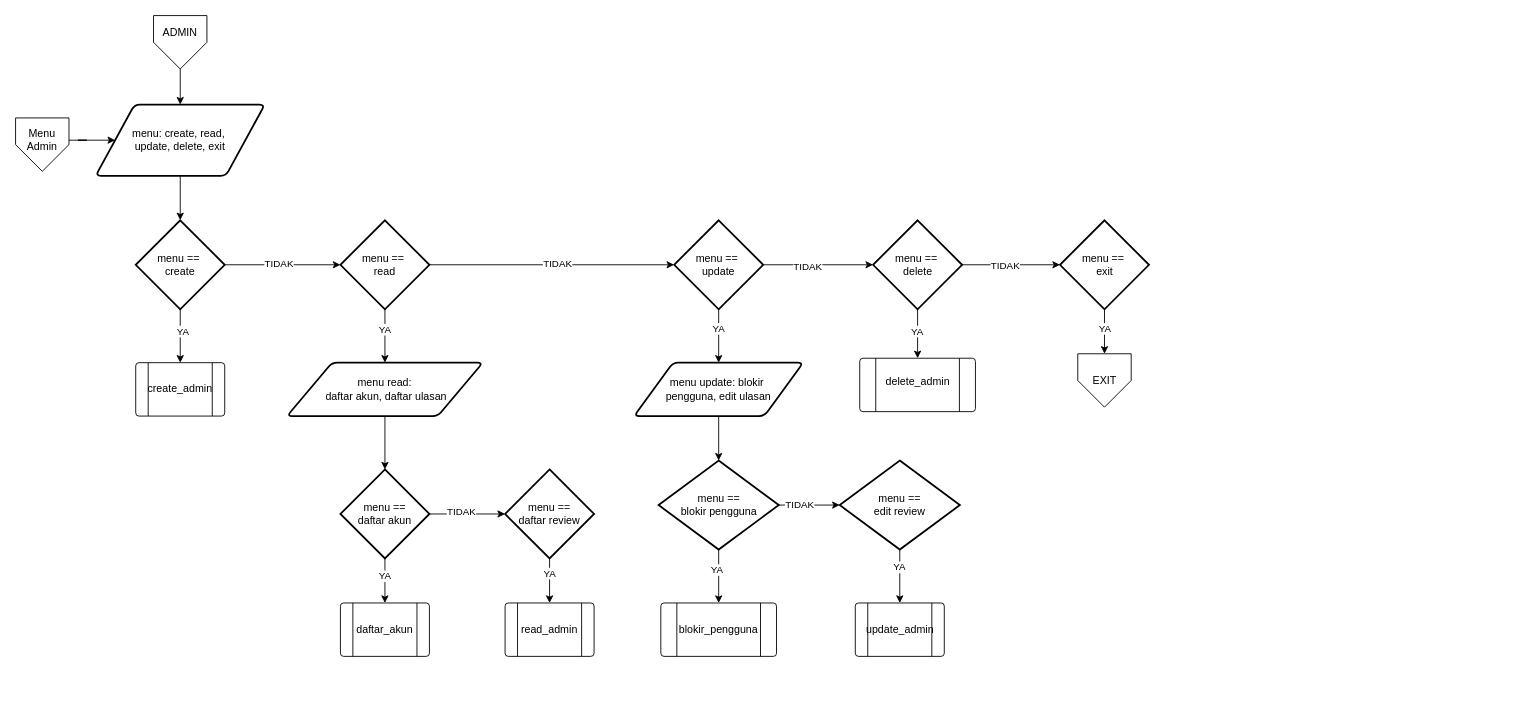
Before: page "Menu Admin" (4 of 8) of MovieReviewSystem.drawio in Niyah30/Movie-Review-System, a draw.io diagram. Source tidied: cells renumbered, new cells numbered last; positions are measured from the earlier drawing's top-left corner, leaving out a move shared by most shapes. Both pictures are drawn from the tidied source at 89%, with x=0, y=0 at pixel (15, 15).
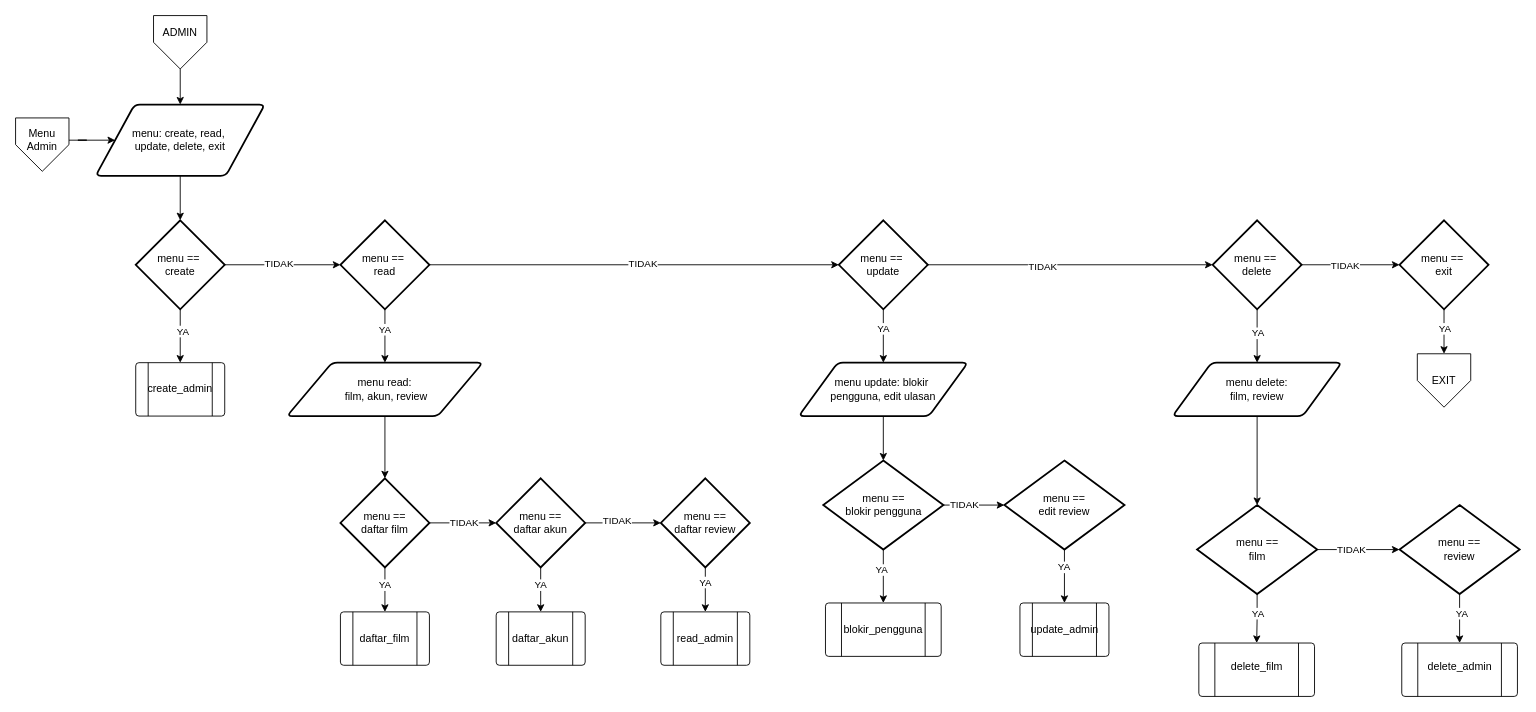
The same diagram, later.

What changed in the source:
```diff
@@
-    <mxCell id="17" style="edgeStyle=orthogonalEdgeStyle;rounded=0;jettySize=auto;html=1;defaultLabelBackgroundColor=page;" parent="1" edge="1" source="18" target="23">
-      <mxGeometry relative="1" as="geometry" />
-    </mxCell>
+    <mxCell id="67" style="edgeStyle=orthogonalEdgeStyle;rounded=0;jettySize=auto;html=1;defaultLabelBackgroundColor=page;labelPadding=0 4;" parent="1" edge="1" source="18" target="71">
+      <mxGeometry relative="1" as="geometry" />
+    </mxCell>
-    <mxCell id="18" value="menu read:&lt;div&gt;&amp;nbsp;daftar akun,&amp;nbsp;&lt;span style=&quot;background-color: transparent; color: light-dark(#000000, var(--ge-light-color, #ffffff));&quot;&gt;daftar ulasan&lt;/span&gt;&lt;/div&gt;" style="shape=parallelogram;html=1;strokeWidth=2;perimeter=parallelogramPerimeter;whiteSpace=wrap;rounded=1;arcSize=12;size=0.23;" parent="1" vertex="1">
+    <mxCell id="18" value="menu read:&lt;div&gt;&amp;nbsp;film, akun, review&lt;/div&gt;" style="shape=parallelogram;html=1;strokeWidth=2;perimeter=parallelogramPerimeter;whiteSpace=wrap;rounded=1;arcSize=12;size=0.23;" parent="1" vertex="1">
       <mxGeometry x="305" y="390" width="220" height="60" as="geometry" />
     </mxCell>
@@
     <mxCell id="23" value="menu ==&lt;div&gt;daftar akun&lt;/div&gt;" style="strokeWidth=2;html=1;shape=mxgraph.flowchart.decision;whiteSpace=wrap;" parent="1" vertex="1">
-      <mxGeometry x="365" y="510" width="100" height="100" as="geometry" />
+      <mxGeometry x="540" y="520" width="100" height="100" as="geometry" />
     </mxCell>
@@
     <mxCell id="26" value="menu ==&lt;div&gt;daftar review&lt;/div&gt;" style="strokeWidth=2;html=1;shape=mxgraph.flowchart.decision;whiteSpace=wrap;" parent="1" vertex="1">
-      <mxGeometry x="550" y="510" width="100" height="100" as="geometry" />
+      <mxGeometry x="725" y="520" width="100" height="100" as="geometry" />
     </mxCell>
@@
     <mxCell id="31" value="menu ==&amp;nbsp;&lt;div&gt;update&lt;/div&gt;" style="strokeWidth=2;html=1;shape=mxgraph.flowchart.decision;whiteSpace=wrap;" parent="1" vertex="1">
-      <mxGeometry x="740" y="230" width="100" height="100" as="geometry" />
+      <mxGeometry x="925" y="230" width="100" height="100" as="geometry" />
     </mxCell>
@@
     <mxCell id="33" value="menu update: blokir&amp;nbsp;&lt;div&gt;pengguna,&amp;nbsp;&lt;span style=&quot;background-color: transparent; color: light-dark(#000000, var(--ge-light-color, #ffffff));&quot;&gt;edit ulasan&lt;/span&gt;&lt;/div&gt;" style="shape=parallelogram;html=1;strokeWidth=2;perimeter=parallelogramPerimeter;whiteSpace=wrap;rounded=1;arcSize=12;size=0.23;" parent="1" vertex="1">
-      <mxGeometry x="695" y="390" width="190" height="60" as="geometry" />
+      <mxGeometry x="880" y="390" width="190" height="60" as="geometry" />
     </mxCell>
@@
     <mxCell id="38" value="menu ==&lt;div&gt;blokir pengguna&lt;/div&gt;" style="strokeWidth=2;html=1;shape=mxgraph.flowchart.decision;whiteSpace=wrap;" parent="1" vertex="1">
-      <mxGeometry x="722.5" y="500" width="135" height="100" as="geometry" />
+      <mxGeometry x="907.5" y="500" width="135" height="100" as="geometry" />
     </mxCell>
@@
     <mxCell id="41" value="menu ==&lt;br&gt;&lt;div&gt;edit review&lt;/div&gt;" style="strokeWidth=2;html=1;shape=mxgraph.flowchart.decision;whiteSpace=wrap;" parent="1" vertex="1">
-      <mxGeometry x="926" y="500" width="135" height="100" as="geometry" />
+      <mxGeometry x="1111" y="500" width="135" height="100" as="geometry" />
     </mxCell>
@@
-    <mxCell id="44" style="edgeStyle=orthogonalEdgeStyle;rounded=0;jettySize=auto;html=1;defaultLabelBackgroundColor=page;" parent="1" edge="1" source="46" target="59">
-      <mxGeometry relative="1" as="geometry" />
-    </mxCell>
-    <mxCell id="45" value="YA" style="edgeLabel;html=1;align=center;verticalAlign=middle;inheritText=1;defaultLabelBackgroundColor=page;" parent="44" vertex="1">
-      <mxGeometry x="-0.14" y="-1" relative="1" as="geometry" />
-    </mxCell>
+    <mxCell id="68" style="edgeStyle=orthogonalEdgeStyle;rounded=0;jettySize=auto;html=1;defaultLabelBackgroundColor=page;labelPadding=0 4;" parent="1" edge="1" source="46" target="77">
+      <mxGeometry relative="1" as="geometry" />
+    </mxCell>
+    <mxCell id="69" value="YA" style="edgeLabel;html=1;align=center;verticalAlign=middle;inheritText=1;defaultLabelBackgroundColor=page;labelPadding=0 4;" parent="68" vertex="1">
+      <mxGeometry x="-0.12" relative="1" as="geometry" />
+    </mxCell>
     <mxCell id="46" value="menu ==&amp;nbsp;&lt;div&gt;delete&lt;/div&gt;" style="strokeWidth=2;html=1;shape=mxgraph.flowchart.decision;whiteSpace=wrap;" parent="1" vertex="1">
-      <mxGeometry x="963.5" y="230" width="100" height="100" as="geometry" />
+      <mxGeometry x="1345" y="230" width="100" height="100" as="geometry" />
     </mxCell>
@@
     <mxCell id="49" value="menu ==&amp;nbsp;&lt;div&gt;exit&lt;/div&gt;" style="strokeWidth=2;html=1;shape=mxgraph.flowchart.decision;whiteSpace=wrap;" parent="1" vertex="1">
-      <mxGeometry x="1173.5" y="230" width="100" height="100" as="geometry" />
+      <mxGeometry x="1555" y="230" width="100" height="100" as="geometry" />
     </mxCell>
     <mxCell id="50" style="verticalLabelPosition=bottom;verticalAlign=top;html=1;shape=offPageConnector;rounded=0;size=0.5;labelPerimeter=1;" parent="1" vertex="1">
-      <mxGeometry x="1193.5" y="380" width="60" height="60" as="geometry" />
+      <mxGeometry x="1575" y="380" width="60" height="60" as="geometry" />
     </mxCell>
     <mxCell id="51" value="EXIT" style="text;html=1;whiteSpace=wrap;strokeColor=none;fillColor=none;align=center;verticalAlign=middle;rounded=0;" parent="1" vertex="1">
-      <mxGeometry x="1193.5" y="395" width="60" height="30" as="geometry" />
+      <mxGeometry x="1575" y="395" width="60" height="30" as="geometry" />
     </mxCell>
@@
     <mxCell id="54" style="verticalLabelPosition=bottom;verticalAlign=top;html=1;shape=process;whiteSpace=wrap;rounded=1;size=0.14;arcSize=6;labelPerimeter=1;" parent="1" vertex="1">
-      <mxGeometry x="943.5" y="660" width="100" height="60" as="geometry" />
+      <mxGeometry x="1128.5" y="660" width="100" height="60" as="geometry" />
     </mxCell>
     <mxCell id="55" value="update_admin" style="text;html=1;whiteSpace=wrap;strokeColor=none;fillColor=none;align=center;verticalAlign=middle;rounded=0;" parent="1" vertex="1">
-      <mxGeometry x="963.5" y="675" width="60" height="30" as="geometry" />
+      <mxGeometry x="1148.5" y="675" width="60" height="30" as="geometry" />
     </mxCell>
@@
     <mxCell id="59" style="verticalLabelPosition=bottom;verticalAlign=top;html=1;shape=process;whiteSpace=wrap;rounded=1;size=0.14;arcSize=6;labelPerimeter=1;" parent="1" vertex="1">
-      <mxGeometry x="948.5" y="385" width="130" height="60" as="geometry" />
+      <mxGeometry x="1557.5" y="705" width="130" height="60" as="geometry" />
     </mxCell>
     <mxCell id="60" value="delete_admin" style="text;html=1;whiteSpace=wrap;strokeColor=none;fillColor=none;align=center;verticalAlign=middle;rounded=0;" parent="1" vertex="1">
-      <mxGeometry x="983.5" y="397" width="60" height="30" as="geometry" />
+      <mxGeometry x="1592.5" y="717" width="60" height="30" as="geometry" />
     </mxCell>
     <mxCell id="61" style="verticalLabelPosition=bottom;verticalAlign=top;html=1;shape=process;whiteSpace=wrap;rounded=1;size=0.14;arcSize=6;labelPerimeter=1;" parent="1" vertex="1">
-      <mxGeometry x="550" y="660" width="100" height="60" as="geometry" />
+      <mxGeometry x="725" y="670" width="100" height="60" as="geometry" />
     </mxCell>
     <mxCell id="62" value="read_admin" style="text;html=1;whiteSpace=wrap;strokeColor=none;fillColor=none;align=center;verticalAlign=middle;rounded=0;" parent="1" vertex="1">
-      <mxGeometry x="570" y="675" width="60" height="30" as="geometry" />
+      <mxGeometry x="745" y="685" width="60" height="30" as="geometry" />
     </mxCell>
     <mxCell id="63" style="verticalLabelPosition=bottom;verticalAlign=top;html=1;shape=process;whiteSpace=wrap;rounded=1;size=0.14;arcSize=6;labelPerimeter=1;" parent="1" vertex="1">
-      <mxGeometry x="365" y="660" width="100" height="60" as="geometry" />
+      <mxGeometry x="540" y="670" width="100" height="60" as="geometry" />
     </mxCell>
     <mxCell id="64" style="verticalLabelPosition=bottom;verticalAlign=top;html=1;shape=process;whiteSpace=wrap;rounded=1;size=0.14;arcSize=6;labelPerimeter=1;" parent="1" vertex="1">
-      <mxGeometry x="725" y="660" width="130" height="60" as="geometry" />
+      <mxGeometry x="910" y="660" width="130" height="60" as="geometry" />
     </mxCell>
     <mxCell id="65" value="daftar_akun" style="text;html=1;whiteSpace=wrap;strokeColor=none;fillColor=none;align=center;verticalAlign=middle;rounded=0;" parent="1" vertex="1">
-      <mxGeometry x="385" y="675" width="60" height="30" as="geometry" />
+      <mxGeometry x="560" y="685" width="60" height="30" as="geometry" />
     </mxCell>
     <mxCell id="66" value="blokir_pengguna" style="text;html=1;whiteSpace=wrap;strokeColor=none;fillColor=none;align=center;verticalAlign=middle;rounded=0;" parent="1" vertex="1">
-      <mxGeometry x="760" y="675" width="60" height="30" as="geometry" />
+      <mxGeometry x="945" y="675" width="60" height="30" as="geometry" />
     </mxCell>
+    <mxCell id="70" style="edgeStyle=orthogonalEdgeStyle;rounded=0;jettySize=auto;html=1;defaultLabelBackgroundColor=page;" parent="1" edge="1" source="71" target="72">
+      <mxGeometry relative="1" as="geometry" />
+    </mxCell>
+    <mxCell id="45" value="YA" style="edgeLabel;html=1;align=center;verticalAlign=middle;inheritText=1;defaultLabelBackgroundColor=page;" parent="70" vertex="1">
+      <mxGeometry x="-0.26" y="-1" relative="1" as="geometry" />
+    </mxCell>
+    <mxCell id="71" value="menu ==&lt;div&gt;daftar film&lt;/div&gt;" style="strokeWidth=2;html=1;shape=mxgraph.flowchart.decision;whiteSpace=wrap;" parent="1" vertex="1">
+      <mxGeometry x="365" y="520" width="100" height="100" as="geometry" />
+    </mxCell>
+    <mxCell id="72" style="verticalLabelPosition=bottom;verticalAlign=top;html=1;shape=process;whiteSpace=wrap;rounded=1;size=0.14;arcSize=6;labelPerimeter=1;" parent="1" vertex="1">
+      <mxGeometry x="365" y="670" width="100" height="60" as="geometry" />
+    </mxCell>
+    <mxCell id="73" value="daftar_film" style="text;html=1;whiteSpace=wrap;strokeColor=none;fillColor=none;align=center;verticalAlign=middle;rounded=0;" parent="1" vertex="1">
+      <mxGeometry x="385" y="685" width="60" height="30" as="geometry" />
+    </mxCell>
+    <mxCell id="74" style="edgeStyle=orthogonalEdgeStyle;rounded=0;jettySize=auto;html=1;exitX=1;exitY=0.5;exitDx=0;exitDy=0;exitPerimeter=0;entryX=0;entryY=0.5;entryDx=0;entryDy=0;entryPerimeter=0;defaultLabelBackgroundColor=page;labelPadding=0 4;" parent="1" edge="1" source="71" target="23">
+      <mxGeometry relative="1" as="geometry" />
+    </mxCell>
+    <mxCell id="75" value="TIDAK" style="edgeLabel;html=1;align=center;verticalAlign=middle;inheritText=1;defaultLabelBackgroundColor=page;labelPadding=0 4;" parent="74" vertex="1">
+      <mxGeometry x="0.01" y="1" relative="1" as="geometry" />
+    </mxCell>
+    <mxCell id="76" style="edgeStyle=orthogonalEdgeStyle;rounded=0;jettySize=auto;html=1;defaultLabelBackgroundColor=page;labelPadding=0 4;" parent="1" edge="1" source="77" target="85">
+      <mxGeometry relative="1" as="geometry" />
+    </mxCell>
+    <mxCell id="77" value="menu delete:&lt;br&gt;&lt;div&gt;film, review&lt;/div&gt;" style="shape=parallelogram;html=1;strokeWidth=2;perimeter=parallelogramPerimeter;whiteSpace=wrap;rounded=1;arcSize=12;size=0.23;" parent="1" vertex="1">
+      <mxGeometry x="1300" y="390" width="190" height="60" as="geometry" />
+    </mxCell>
+    <mxCell id="78" style="edgeStyle=orthogonalEdgeStyle;rounded=0;jettySize=auto;html=1;exitX=0.5;exitY=1;exitDx=0;exitDy=0;exitPerimeter=0;entryX=0.5;entryY=0;entryDx=0;entryDy=0;defaultLabelBackgroundColor=page;labelPadding=0 4;" parent="1" edge="1" source="80" target="59">
+      <mxGeometry relative="1" as="geometry" />
+    </mxCell>
+    <mxCell id="79" value="YA" style="edgeLabel;html=1;align=center;verticalAlign=middle;inheritText=1;defaultLabelBackgroundColor=page;labelPadding=0 4;" parent="78" vertex="1">
+      <mxGeometry x="-0.23" y="2" relative="1" as="geometry" />
+    </mxCell>
+    <mxCell id="80" value="menu ==&lt;div&gt;review&lt;/div&gt;" style="strokeWidth=2;html=1;shape=mxgraph.flowchart.decision;whiteSpace=wrap;" parent="1" vertex="1">
+      <mxGeometry x="1555" y="550" width="135" height="100" as="geometry" />
+    </mxCell>
+    <mxCell id="81" style="edgeStyle=orthogonalEdgeStyle;rounded=0;jettySize=auto;html=1;exitX=0.5;exitY=1;exitDx=0;exitDy=0;exitPerimeter=0;entryX=0.5;entryY=0;entryDx=0;entryDy=0;defaultLabelBackgroundColor=page;labelPadding=0 4;" parent="1" edge="1" source="85" target="86">
+      <mxGeometry relative="1" as="geometry" />
+    </mxCell>
+    <mxCell id="82" value="YA" style="edgeLabel;html=1;align=center;verticalAlign=middle;inheritText=1;defaultLabelBackgroundColor=page;labelPadding=0 4;" parent="81" vertex="1">
+      <mxGeometry x="-0.23" relative="1" as="geometry" />
+    </mxCell>
+    <mxCell id="83" style="edgeStyle=orthogonalEdgeStyle;rounded=0;jettySize=auto;html=1;defaultLabelBackgroundColor=page;labelPadding=0 4;" parent="1" edge="1" source="85" target="80">
+      <mxGeometry relative="1" as="geometry" />
+    </mxCell>
+    <mxCell id="84" value="TIDAK" style="edgeLabel;html=1;align=center;verticalAlign=middle;inheritText=1;defaultLabelBackgroundColor=page;labelPadding=0 4;" parent="83" vertex="1">
+      <mxGeometry x="-0.18" y="1" relative="1" as="geometry" />
+    </mxCell>
+    <mxCell id="85" value="menu ==&lt;div&gt;film&lt;/div&gt;" style="strokeWidth=2;html=1;shape=mxgraph.flowchart.decision;whiteSpace=wrap;" parent="1" vertex="1">
+      <mxGeometry x="1327.5" y="550" width="135" height="100" as="geometry" />
+    </mxCell>
+    <mxCell id="86" style="verticalLabelPosition=bottom;verticalAlign=top;html=1;shape=process;whiteSpace=wrap;rounded=1;size=0.14;arcSize=6;labelPerimeter=1;" parent="1" vertex="1">
+      <mxGeometry x="1329.5" y="705" width="130" height="60" as="geometry" />
+    </mxCell>
+    <mxCell id="87" value="delete_film" style="text;html=1;whiteSpace=wrap;strokeColor=none;fillColor=none;align=center;verticalAlign=middle;rounded=0;" parent="1" vertex="1">
+      <mxGeometry x="1364.5" y="717" width="60" height="30" as="geometry" />
+    </mxCell>
```
